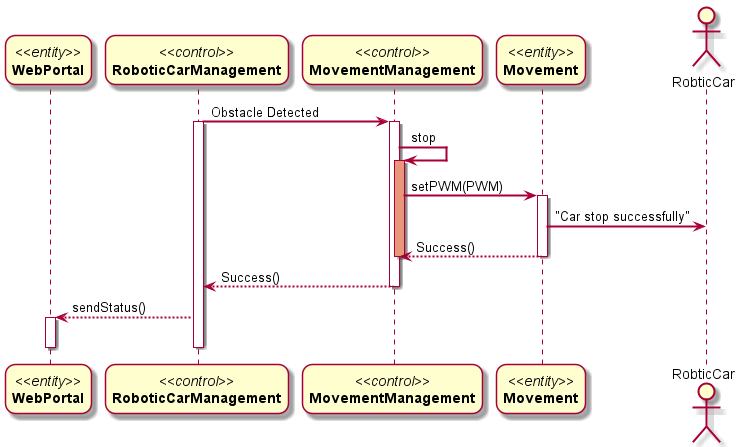
DanielFYJ/2101-2201-Project keeps this PlantUML diagram as Docs/Sequence Diagrams/Project Sequence-Diagram-UC6.png. Above is the earlier version.
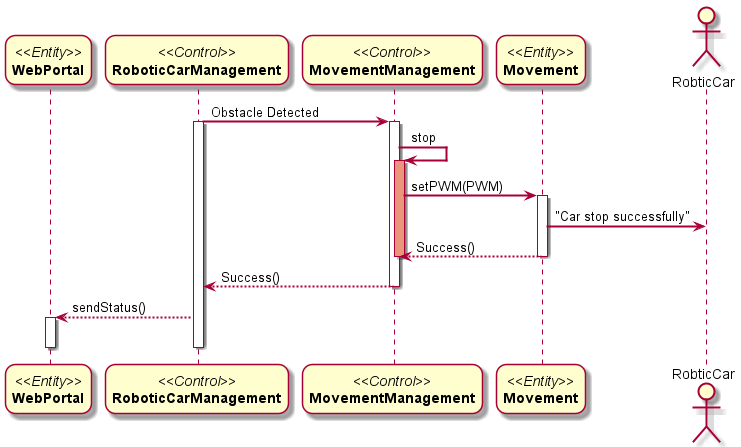
The same diagram one commit later.

What changed in the source:
```diff
@@ -2,10 +2,10 @@
 skinparam sequenceArrowThickness 2
 skinparam roundcorner 20
 skinparam maxmessagesize 200
-participant "//<<entity>>//\n**WebPortal**" as WebPortal
-participant "//<<control>>//\n**RoboticCarManagement**" as RoboticCarManagement
-participant "//<<control>>//\n**MovementManagement**" as B
-participant "//<<entity>>//\n**Movement**" as C
+participant "//<<Entity>>//\n**WebPortal**" as WebPortal
+participant "//<<Control>>//\n**RoboticCarManagement**" as RoboticCarManagement
+participant "//<<Control>>//\n**MovementManagement**" as B
+participant "//<<Entity>>//\n**Movement**" as C
 actor "RobticCar" as RC
 RoboticCarManagement -> B : Obstacle Detected
 activate RoboticCarManagement
```
